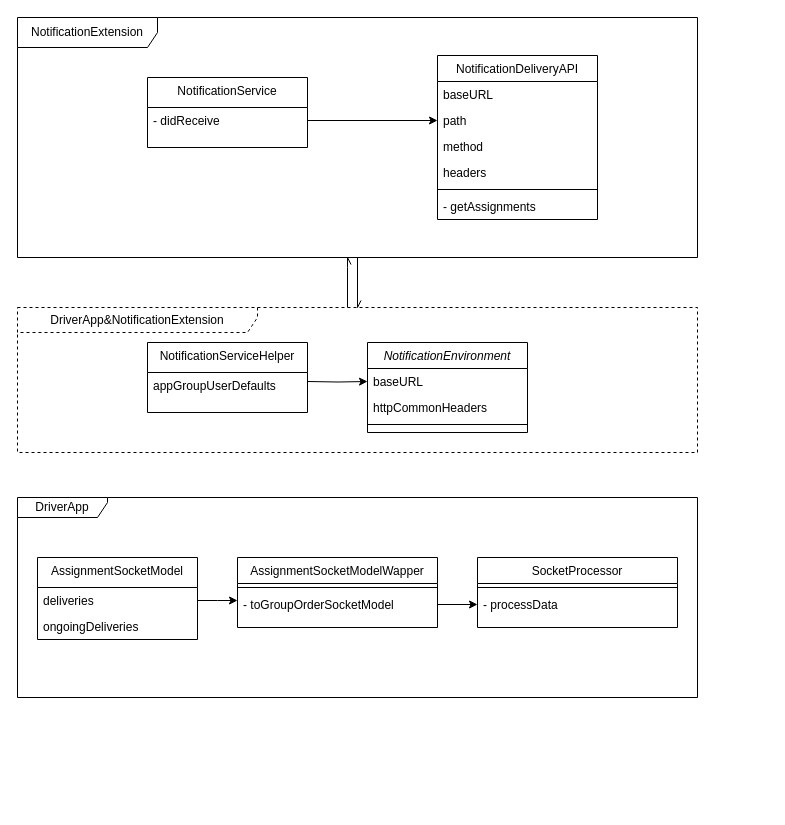
This is Untitled Diagram.drawio from KyriosArk/KYHooker, a draw.io file, before an edit. Source tidied: cells renumbered, new cells numbered last; positions are measured from the earlier drawing's top-left corner, leaving out a move shared by most shapes. Both pictures are drawn from the tidied source at 100%, with x=0, y=0 at pixel (17, 17).
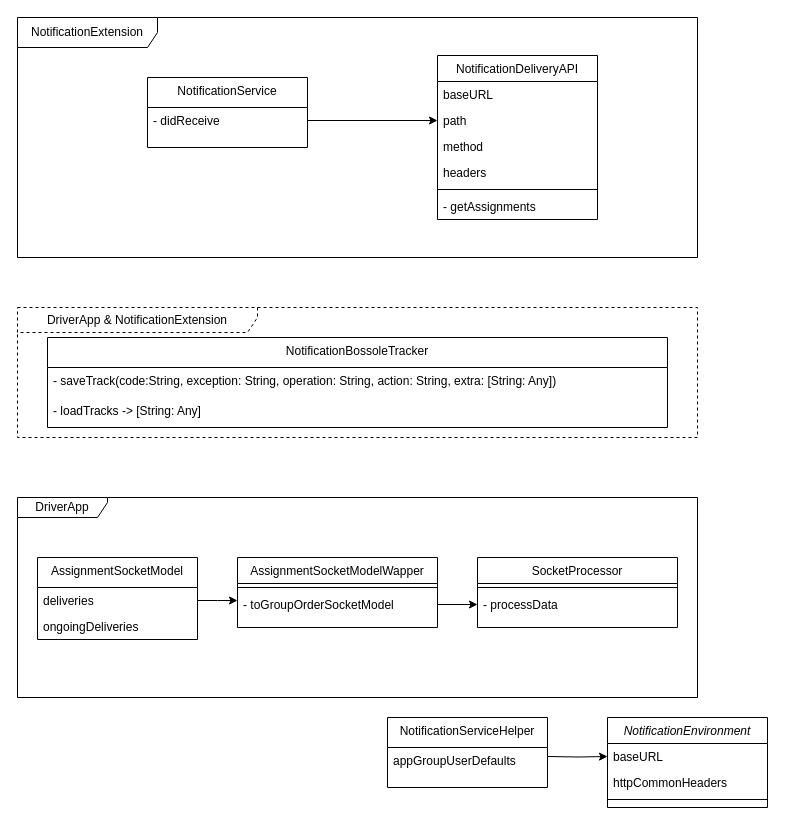
After the change.

Unchanged cells that the change refers to:
```xml
<mxCell id="4" value="NotificationExtension" style="shape=umlFrame;whiteSpace=wrap;html=1;width=140;height=30;" parent="1" vertex="1">
  <mxGeometry width="680" height="240" as="geometry" />
</mxCell>
<mxCell id="6" value="baseURL" style="text;align=left;verticalAlign=top;spacingLeft=4;spacingRight=4;overflow=hidden;points=[[0,0.5],[1,0.5]];portConstraint=eastwest;" parent="5" vertex="1">
  <mxGeometry y="26" width="160" height="26" as="geometry" />
</mxCell>
```

What changed in the source:
```diff
@@
+    <mxCell id="32" value="DriverApp &amp;amp; NotificationExtension" style="shape=umlFrame;whiteSpace=wrap;html=1;dashed=1;width=240;height=25;" parent="1" vertex="1">
+      <mxGeometry y="290" width="680" height="130" as="geometry" />
+    </mxCell>
@@
-    <mxCell id="3" style="edgeStyle=orthogonalEdgeStyle;rounded=0;jettySize=auto;html=1;endArrow=openAsync;endFill=0;" parent="1" edge="1" source="4" target="32">
-      <mxGeometry relative="1" as="geometry" />
-    </mxCell>
@@
     <mxCell id="5" value="NotificationEnvironment" style="swimlane;fontStyle=2;align=center;verticalAlign=top;horizontal=1;startSize=26;rounded=0;shadow=0;strokeWidth=1;" parent="1" vertex="1">
-      <mxGeometry x="350" y="325" width="160" height="90" as="geometry" />
+      <mxGeometry x="590" y="700" width="160" height="90" as="geometry" />
     </mxCell>
@@
     <mxCell id="22" value="NotificationServiceHelper" style="swimlane;fontStyle=0;align=center;verticalAlign=top;horizontal=1;startSize=30;rounded=0;shadow=0;strokeWidth=1;" parent="1" vertex="1">
-      <mxGeometry x="130" y="325" width="160" height="70" as="geometry" />
+      <mxGeometry x="370" y="700" width="160" height="70" as="geometry" />
     </mxCell>
@@
     <mxCell id="24" style="edgeStyle=orthogonalEdgeStyle;rounded=0;jettySize=auto;html=1;entryX=0;entryY=0.5;entryDx=0;entryDy=0;" parent="1" edge="1" target="6">
       <mxGeometry relative="1" as="geometry">
-        <mxPoint x="290" y="364" as="sourcePoint" />
+        <mxPoint x="530" y="739" as="sourcePoint" />
       </mxGeometry>
     </mxCell>
@@
-    <mxCell id="32" value="DriverApp&amp;amp;NotificationExtension" style="shape=umlFrame;whiteSpace=wrap;html=1;dashed=1;width=240;height=25;" parent="1" vertex="1">
-      <mxGeometry y="290" width="680" height="145" as="geometry" />
-    </mxCell>
@@
-    <mxCell id="34" style="edgeStyle=orthogonalEdgeStyle;rounded=0;orthogonalLoop=1;jettySize=auto;html=1;endArrow=none;endFill=0;jumpStyle=none;startArrow=openAsync;startFill=0;" parent="1" edge="1">
-      <mxGeometry relative="1" as="geometry">
-        <mxPoint x="330" y="240" as="sourcePoint" />
-        <mxPoint x="330" y="290" as="targetPoint" />
-        <Array as="points">
-          <mxPoint x="330" y="250" />
-          <mxPoint x="330" y="250" />
-        </Array>
-      </mxGeometry>
-    </mxCell>
+    <mxCell id="35" value="NotificationBossoleTracker" style="swimlane;fontStyle=0;align=center;verticalAlign=top;horizontal=1;startSize=30;rounded=0;shadow=0;strokeWidth=1;" parent="1" vertex="1">
+      <mxGeometry x="30" y="320" width="620" height="90" as="geometry" />
+    </mxCell>
+    <mxCell id="36" value="- saveTrack(code:String, exception: String, operation: String, action: String, extra: [String: Any])" style="text;align=left;verticalAlign=top;spacingLeft=4;spacingRight=4;overflow=hidden;" parent="35" vertex="1">
+      <mxGeometry y="30" width="620" height="30" as="geometry" />
+    </mxCell>
+    <mxCell id="37" value="- loadTracks -&gt; [String: Any]" style="text;align=left;verticalAlign=top;spacingLeft=4;spacingRight=4;overflow=hidden;" parent="1" vertex="1">
+      <mxGeometry x="30" y="380" width="620" height="30" as="geometry" />
+    </mxCell>
```
